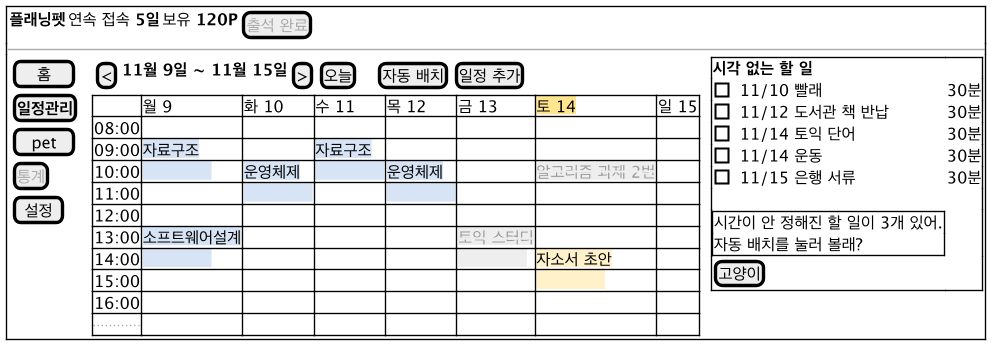
The PlantUML diagram docs/diagrams/ui-schedule.png in 2026-2-software-system-design-11/planning-pet-app, before a commit.
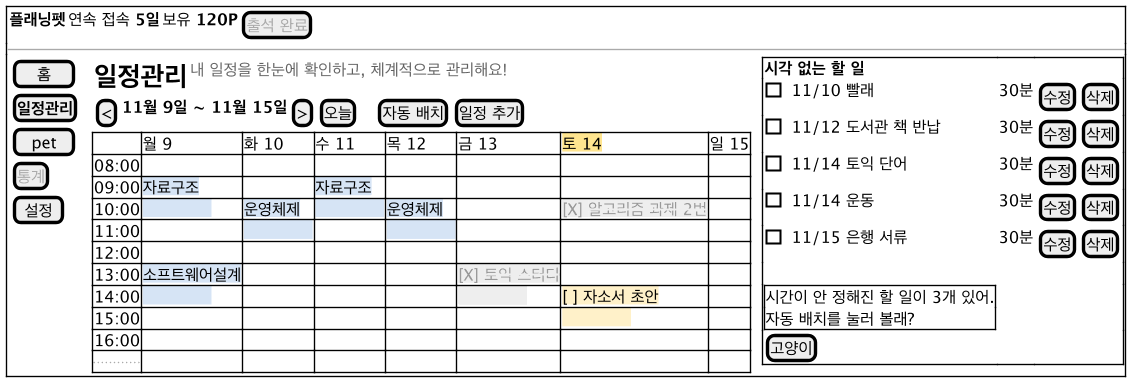
After the change.

What changed in the source:
```diff
@@ -12,28 +12,29 @@
       [ 설정 ]
     } | . |
     {
+      { <size:20><b>일정관리</b></size> | <color:#666666>내 일정을 한눈에 확인하고, 체계적으로 관리해요!</color> }
       { [<] | <b>11월 9일 ~ 11월 15일</b> | [>] | [오늘] | . | . | [자동 배치] | [일정 추가] }
       {#
         .     | 월 9 | 화 10 | 수 11 | 목 12 | 금 13 | <back:#FFE58F>토 14</back> | 일 15
         08:00 | . | . | . | . | . | . | .
         09:00 | <back:#D6E4F5>자료구조</back> | . | <back:#D6E4F5>자료구조</back> | . | . | . | .
-        10:00 | <back:#D6E4F5>　　　　　</back> | <back:#D6E4F5>운영체제</back> | <back:#D6E4F5>　　　　　</back> | <back:#D6E4F5>운영체제</back> | . | <back:#EEEEEE><color:#999999><s>알고리즘 과제 2번</s></color></back> | .
+        10:00 | <back:#D6E4F5>　　　　　</back> | <back:#D6E4F5>운영체제</back> | <back:#D6E4F5>　　　　　</back> | <back:#D6E4F5>운영체제</back> | . | <back:#EEEEEE><color:#999999>[X] <s>알고리즘 과제 2번</s></color></back> | .
         11:00 | . | <back:#D6E4F5>　　　　　</back> | . | <back:#D6E4F5>　　　　　</back> | . | . | .
         12:00 | . | . | . | . | . | . | .
-        13:00 | <back:#D6E4F5>소프트웨어설계</back> | . | . | . | <back:#EEEEEE><color:#999999><s>토익 스터디</s></color></back> | . | .
-        14:00 | <back:#D6E4F5>　　　　　</back> | . | . | . | <back:#EEEEEE>　　　　　</back> | <back:#FFF1C9>자소서 초안</back> | .
+        13:00 | <back:#D6E4F5>소프트웨어설계</back> | . | . | . | <back:#EEEEEE><color:#999999>[X] <s>토익 스터디</s></color></back> | . | .
+        14:00 | <back:#D6E4F5>　　　　　</back> | . | . | . | <back:#EEEEEE>　　　　　</back> | <back:#FFF1C9>[ ] 자소서 초안</back> | .
         15:00 | . | . | . | . | . | <back:#FFF1C9>　　　　　</back> | .
         16:00 | . | . | . | . | . | . | .
         ...   | . | . | . | . | . | . | .
       }
     } | . |
     {+
-      <b>시각 없는 할 일</b> | .
-      [ ] 11/10 빨래 | 30분
-      [ ] 11/12 도서관 책 반납 | 30분
-      [ ] 11/14 토익 단어 | 30분
-      [ ] 11/14 운동 | 30분
-      [ ] 11/15 은행 서류 | 30분
+      <b>시각 없는 할 일</b> | . | .
+      [ ] 11/10 빨래 | 30분 | { [수정] | [삭제] }
+      [ ] 11/12 도서관 책 반납 | 30분 | { [수정] | [삭제] }
+      [ ] 11/14 토익 단어 | 30분 | { [수정] | [삭제] }
+      [ ] 11/14 운동 | 30분 | { [수정] | [삭제] }
+      [ ] 11/15 은행 서류 | 30분 | { [수정] | [삭제] }
       . | .
       {+ 시간이 안 정해진 할 일이 3개 있어.
  자동 배치를 눌러 볼래? } | .
```
